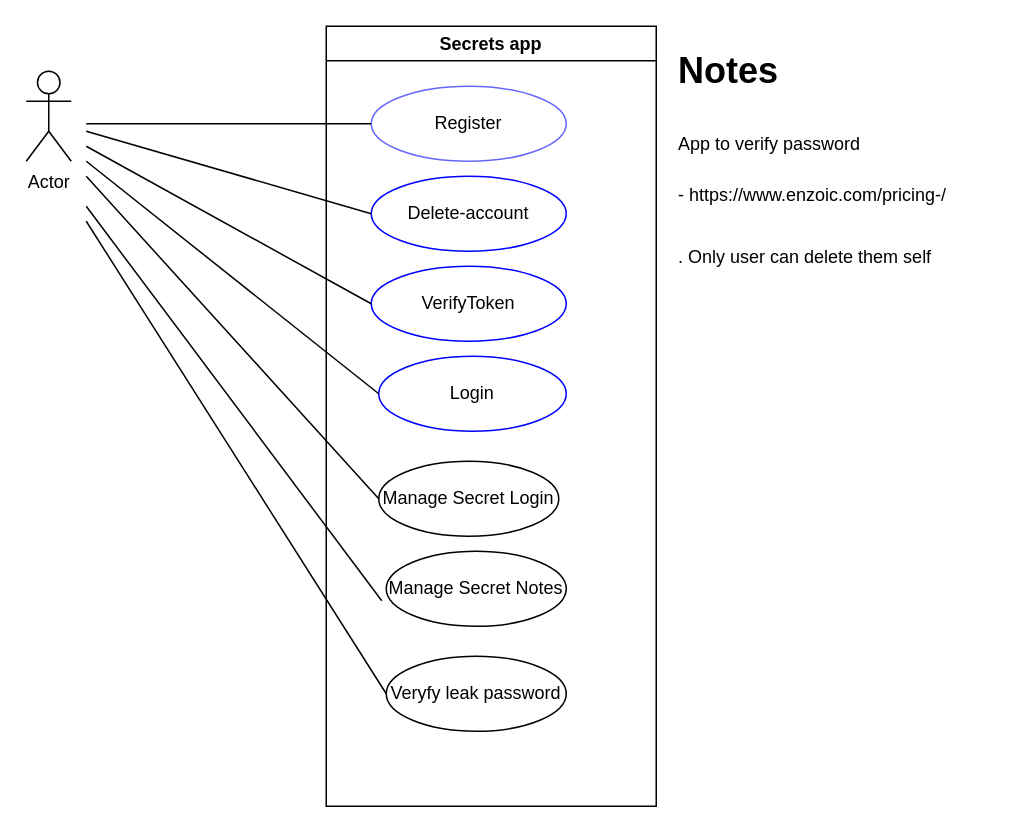
lectrapb/secret-app-notes keeps this draw.io diagram as page "Use cases" (1 of 4) of Arquitecture/Arquitectura.drawio. Above is the earlier version. Source tidied: cells renumbered, new cells numbered last; positions are measured from the earlier drawing's top-left corner, leaving out a move shared by most shapes. Both pictures are drawn from the tidied source at 150%, with x=0, y=0 at pixel (26, 26).
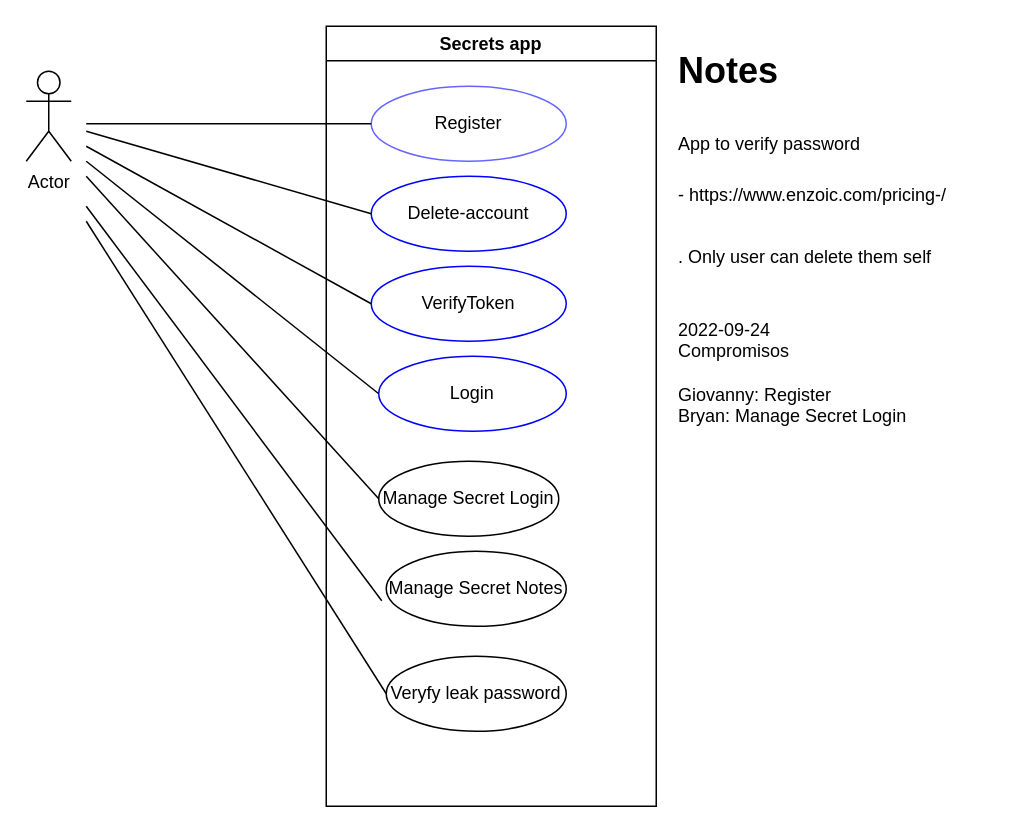
The same diagram, later.

What changed in the source:
```diff
@@
-    <mxCell id="18" value="&lt;h1&gt;&lt;span style=&quot;background-color: initial;&quot;&gt;Notes&lt;/span&gt;&lt;/h1&gt;&lt;h1&gt;&lt;span style=&quot;background-color: initial; font-size: 12px; font-weight: normal;&quot;&gt;App to verify password&amp;nbsp;&lt;/span&gt;&lt;/h1&gt;- https://www.enzoic.com/pricing-/&lt;h1&gt;&lt;span style=&quot;background-color: initial; font-size: 12px; font-weight: normal;&quot;&gt;. Only user can delete them self&amp;nbsp;&lt;/span&gt;&lt;br&gt;&lt;/h1&gt;" style="text;html=1;strokeColor=none;fillColor=none;spacing=5;spacingTop=-20;whiteSpace=wrap;overflow=hidden;rounded=0;" parent="1" vertex="1">
-      <mxGeometry x="430" y="10" width="220" height="180" as="geometry" />
+    <mxCell id="18" value="&lt;h1&gt;&lt;span style=&quot;background-color: initial;&quot;&gt;Notes&lt;/span&gt;&lt;/h1&gt;&lt;h1&gt;&lt;span style=&quot;background-color: initial; font-size: 12px; font-weight: normal;&quot;&gt;App to verify password&amp;nbsp;&lt;/span&gt;&lt;/h1&gt;- https://www.enzoic.com/pricing-/&lt;h1&gt;&lt;span style=&quot;background-color: initial; font-size: 12px; font-weight: normal;&quot;&gt;. Only user can delete them self&amp;nbsp;&lt;/span&gt;&lt;br&gt;&lt;/h1&gt;&lt;div&gt;&lt;span style=&quot;background-color: initial; font-size: 12px; font-weight: normal;&quot;&gt;&lt;br&gt;&lt;/span&gt;&lt;/div&gt;&lt;div&gt;&lt;div&gt;2022-09-24&lt;/div&gt;&lt;div&gt;Compromisos&lt;/div&gt;&lt;div&gt;&lt;br&gt;&lt;/div&gt;&lt;div&gt;Giovanny: Register&lt;/div&gt;&lt;div&gt;Bryan: Manage Secret Login&lt;/div&gt;&lt;/div&gt;" style="text;html=1;strokeColor=none;fillColor=none;spacing=5;spacingTop=-20;whiteSpace=wrap;overflow=hidden;rounded=0;" parent="1" vertex="1">
+      <mxGeometry x="430" y="10" width="220" height="320" as="geometry" />
     </mxCell>
```
